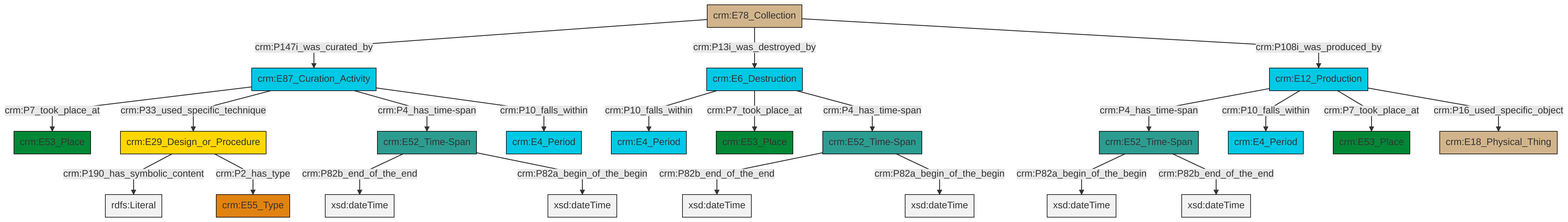
This is et/archivalCSV/ttl/mmd/png/archival_existence.png from swiss-art-research-net/docs.swissartresearch, a Mermaid export, as it was before one commit. Its source is kept beside it as et/archivalCSV/ttl/mmd/archival_existence.ttl.mmd.
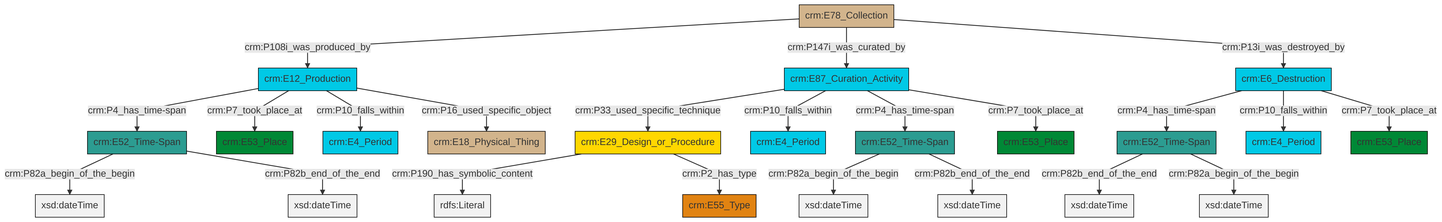
Later version of the same file.

Diff of the diagram source:
```diff
@@ -13,25 +13,25 @@
 classDef PC_Classes fill:#4ce600, stroke:#000000;
 classDef Multi fill:#cccccc,stroke:#000000;
 
-0["crm:E12_Production"]:::Temporal_Entity -->|crm:P4_has_time-span| 1["crm:E52_Time-Span"]:::Time-Span
-6["crm:E52_Time-Span"]:::Time-Span -->|crm:P82b_end_of_the_end| 7[xsd:dateTime]:::Literal
-8["crm:E78_Collection"]:::Physical_Thing -->|crm:P147i_was_curated_by| 9["crm:E87_Curation_Activity"]:::Temporal_Entity
-4["crm:E6_Destruction"]:::Temporal_Entity -->|crm:P10_falls_within| 10["crm:E4_Period"]:::Temporal_Entity
-12["crm:E29_Design_or_Procedure"]:::Conceptual_Object -->|crm:P190_has_symbolic_content| 13[rdfs:Literal]:::Literal
-12["crm:E29_Design_or_Procedure"]:::Conceptual_Object -->|crm:P2_has_type| 18["crm:E55_Type"]:::Type
-6["crm:E52_Time-Span"]:::Time-Span -->|crm:P82a_begin_of_the_begin| 19[xsd:dateTime]:::Literal
-20["crm:E52_Time-Span"]:::Time-Span -->|crm:P82b_end_of_the_end| 21[xsd:dateTime]:::Literal
-0["crm:E12_Production"]:::Temporal_Entity -->|crm:P10_falls_within| 2["crm:E4_Period"]:::Temporal_Entity
-9["crm:E87_Curation_Activity"]:::Temporal_Entity -->|crm:P7_took_place_at| 25["crm:E53_Place"]:::Place
-1["crm:E52_Time-Span"]:::Time-Span -->|crm:P82a_begin_of_the_begin| 28[xsd:dateTime]:::Literal
-1["crm:E52_Time-Span"]:::Time-Span -->|crm:P82b_end_of_the_end| 34[xsd:dateTime]:::Literal
-9["crm:E87_Curation_Activity"]:::Temporal_Entity -->|crm:P33_used_specific_technique| 12["crm:E29_Design_or_Procedure"]:::Conceptual_Object
-0["crm:E12_Production"]:::Temporal_Entity -->|crm:P7_took_place_at| 14["crm:E53_Place"]:::Place
-8["crm:E78_Collection"]:::Physical_Thing -->|crm:P13i_was_destroyed_by| 4["crm:E6_Destruction"]:::Temporal_Entity
-4["crm:E6_Destruction"]:::Temporal_Entity -->|crm:P7_took_place_at| 16["crm:E53_Place"]:::Place
-8["crm:E78_Collection"]:::Physical_Thing -->|crm:P108i_was_produced_by| 0["crm:E12_Production"]:::Temporal_Entity
-20["crm:E52_Time-Span"]:::Time-Span -->|crm:P82a_begin_of_the_begin| 37[xsd:dateTime]:::Literal
-4["crm:E6_Destruction"]:::Temporal_Entity -->|crm:P4_has_time-span| 20["crm:E52_Time-Span"]:::Time-Span
-9["crm:E87_Curation_Activity"]:::Temporal_Entity -->|crm:P4_has_time-span| 6["crm:E52_Time-Span"]:::Time-Span
-0["crm:E12_Production"]:::Temporal_Entity -->|crm:P16_used_specific_object| 26["crm:E18_Physical_Thing"]:::Physical_Thing
-9["crm:E87_Curation_Activity"]:::Temporal_Entity -->|crm:P10_falls_within| 31["crm:E4_Period"]:::Temporal_Entity
+0["crm:E78_Collection"]:::Physical_Thing -->|crm:P108i_was_produced_by| 1["crm:E12_Production"]:::Temporal_Entity
+2["crm:E52_Time-Span"]:::Time-Span -->|crm:P82b_end_of_the_end| 3[xsd:dateTime]:::Literal
+6["crm:E29_Design_or_Procedure"]:::Conceptual_Object -->|crm:P190_has_symbolic_content| 7[rdfs:Literal]:::Literal
+9["crm:E6_Destruction"]:::Temporal_Entity -->|crm:P4_has_time-span| 2["crm:E52_Time-Span"]:::Time-Span
+10["crm:E87_Curation_Activity"]:::Temporal_Entity -->|crm:P33_used_specific_technique| 6["crm:E29_Design_or_Procedure"]:::Conceptual_Object
+11["crm:E52_Time-Span"]:::Time-Span -->|crm:P82a_begin_of_the_begin| 12[xsd:dateTime]:::Literal
+2["crm:E52_Time-Span"]:::Time-Span -->|crm:P82a_begin_of_the_begin| 13[xsd:dateTime]:::Literal
+1["crm:E12_Production"]:::Temporal_Entity -->|crm:P4_has_time-span| 18["crm:E52_Time-Span"]:::Time-Span
+1["crm:E12_Production"]:::Temporal_Entity -->|crm:P7_took_place_at| 19["crm:E53_Place"]:::Place
+18["crm:E52_Time-Span"]:::Time-Span -->|crm:P82a_begin_of_the_begin| 22[xsd:dateTime]:::Literal
+10["crm:E87_Curation_Activity"]:::Temporal_Entity -->|crm:P10_falls_within| 27["crm:E4_Period"]:::Temporal_Entity
+0["crm:E78_Collection"]:::Physical_Thing -->|crm:P147i_was_curated_by| 10["crm:E87_Curation_Activity"]:::Temporal_Entity
+1["crm:E12_Production"]:::Temporal_Entity -->|crm:P10_falls_within| 28["crm:E4_Period"]:::Temporal_Entity
+18["crm:E52_Time-Span"]:::Time-Span -->|crm:P82b_end_of_the_end| 35[xsd:dateTime]:::Literal
+6["crm:E29_Design_or_Procedure"]:::Conceptual_Object -->|crm:P2_has_type| 24["crm:E55_Type"]:::Type
+9["crm:E6_Destruction"]:::Temporal_Entity -->|crm:P10_falls_within| 15["crm:E4_Period"]:::Temporal_Entity
+10["crm:E87_Curation_Activity"]:::Temporal_Entity -->|crm:P4_has_time-span| 11["crm:E52_Time-Span"]:::Time-Span
+9["crm:E6_Destruction"]:::Temporal_Entity -->|crm:P7_took_place_at| 20["crm:E53_Place"]:::Place
+11["crm:E52_Time-Span"]:::Time-Span -->|crm:P82b_end_of_the_end| 38[xsd:dateTime]:::Literal
+10["crm:E87_Curation_Activity"]:::Temporal_Entity -->|crm:P7_took_place_at| 32["crm:E53_Place"]:::Place
+1["crm:E12_Production"]:::Temporal_Entity -->|crm:P16_used_specific_object| 4["crm:E18_Physical_Thing"]:::Physical_Thing
+0["crm:E78_Collection"]:::Physical_Thing -->|crm:P13i_was_destroyed_by| 9["crm:E6_Destruction"]:::Temporal_Entity
```
